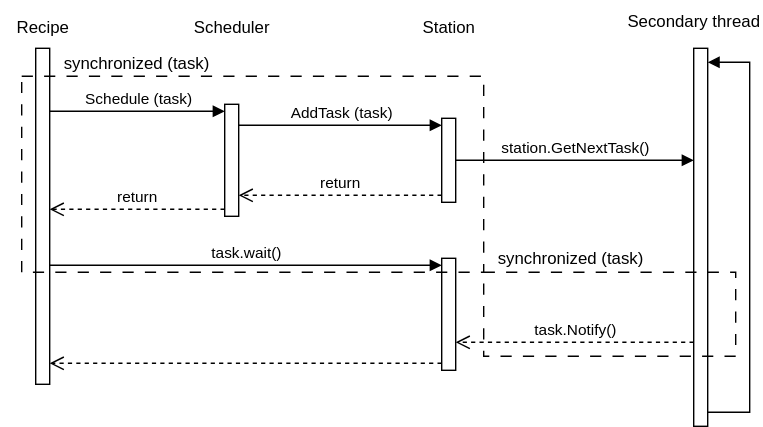
This is assets/locking-diagram.svg from Richie314/McDonaldScheduler, a draw.io export, as it was before one commit. Source tidied: cells renumbered, new cells last; positions are measured from the earlier drawing's top-left corner, leaving out a move shared by most shapes.
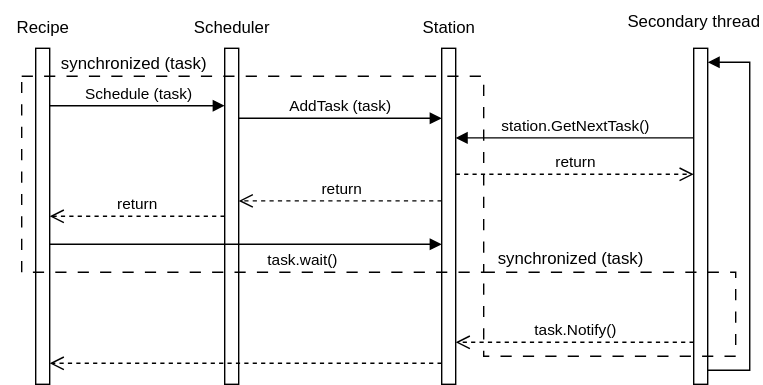
The same file after the commit.

The edit, as a diff of the source:
```diff
@@ -6,22 +6,34 @@
       <mxGeometry x="25" y="34" width="10" height="240" as="geometry" />
     </mxCell>
     <mxCell id="3" style="html=1;points=[[0,0,0,0,5],[0,1,0,0,-5],[1,0,0,0,5],[1,1,0,0,-5]];perimeter=orthogonalPerimeter;outlineConnect=0;targetShapes=umlLifeline;portConstraint=eastwest;newEdgeStyle={&quot;curved&quot;:0,&quot;rounded&quot;:0};" parent="1" vertex="1">
-      <mxGeometry x="160" y="74" width="10" height="80" as="geometry" />
+      <mxGeometry x="160" y="34" width="10" height="240" as="geometry" />
     </mxCell>
-    <mxCell id="4" value="Schedule (task)" style="html=1;verticalAlign=bottom;endArrow=block;curved=0;rounded=0;entryX=0;entryY=0;entryDx=0;entryDy=5;" parent="1" edge="1" source="2" target="3">
-      <mxGeometry relative="1" as="geometry" />
+    <mxCell id="4" value="Schedule (task)" style="html=1;verticalAlign=bottom;endArrow=block;curved=0;rounded=0;entryX=0;entryY=0;entryDx=0;entryDy=5;" parent="1" edge="1">
+      <mxGeometry relative="1" as="geometry">
+        <mxPoint x="35" y="75" as="sourcePoint" />
+        <mxPoint x="160" y="75" as="targetPoint" />
+      </mxGeometry>
     </mxCell>
-    <mxCell id="5" value="return" style="html=1;verticalAlign=bottom;endArrow=open;dashed=1;endSize=8;curved=0;rounded=0;exitX=0;exitY=1;exitDx=0;exitDy=-5;" parent="1" edge="1" source="3" target="2">
-      <mxGeometry relative="1" as="geometry" />
+    <mxCell id="5" value="return" style="html=1;verticalAlign=bottom;endArrow=open;dashed=1;endSize=8;curved=0;rounded=0;" parent="1" edge="1">
+      <mxGeometry relative="1" as="geometry">
+        <mxPoint x="160" y="154" as="sourcePoint" />
+        <mxPoint x="35" y="154" as="targetPoint" />
+      </mxGeometry>
     </mxCell>
     <mxCell id="6" style="html=1;points=[[0,0,0,0,5],[0,1,0,0,-5],[1,0,0,0,5],[1,1,0,0,-5]];perimeter=orthogonalPerimeter;outlineConnect=0;targetShapes=umlLifeline;portConstraint=eastwest;newEdgeStyle={&quot;curved&quot;:0,&quot;rounded&quot;:0};" parent="1" vertex="1">
-      <mxGeometry x="315" y="84" width="10" height="60" as="geometry" />
+      <mxGeometry x="315" y="34" width="10" height="240" as="geometry" />
     </mxCell>
-    <mxCell id="7" value="AddTask (task)" style="html=1;verticalAlign=bottom;endArrow=block;curved=0;rounded=0;entryX=0;entryY=0;entryDx=0;entryDy=5;" parent="1" edge="1" source="3" target="6">
-      <mxGeometry relative="1" as="geometry" />
+    <mxCell id="7" value="AddTask (task)" style="html=1;verticalAlign=bottom;endArrow=block;curved=0;rounded=0;" parent="1" edge="1">
+      <mxGeometry relative="1" as="geometry">
+        <mxPoint x="170" y="84" as="sourcePoint" />
+        <mxPoint x="315" y="84" as="targetPoint" />
+      </mxGeometry>
     </mxCell>
-    <mxCell id="8" value="return" style="html=1;verticalAlign=bottom;endArrow=open;dashed=1;endSize=8;curved=0;rounded=0;exitX=0;exitY=1;exitDx=0;exitDy=-5;" parent="1" edge="1" source="6" target="3">
-      <mxGeometry relative="1" as="geometry" />
+    <mxCell id="8" value="return" style="html=1;verticalAlign=bottom;endArrow=open;dashed=1;endSize=8;curved=0;rounded=0;" parent="1" edge="1">
+      <mxGeometry relative="1" as="geometry">
+        <mxPoint x="315" y="143" as="sourcePoint" />
+        <mxPoint x="170" y="143" as="targetPoint" />
+      </mxGeometry>
     </mxCell>
     <mxCell id="9" value="Recipe" style="text;html=1;align=center;verticalAlign=middle;whiteSpace=wrap;rounded=0;" parent="1" vertex="1">
       <mxGeometry y="4" width="60" height="30" as="geometry" />
@@ -32,17 +44,22 @@
     <mxCell id="11" value="Station" style="text;html=1;align=center;verticalAlign=middle;whiteSpace=wrap;rounded=0;" parent="1" vertex="1">
       <mxGeometry x="290" y="4" width="60" height="30" as="geometry" />
     </mxCell>
-    <mxCell id="12" style="html=1;points=[[0,0,0,0,5],[0,1,0,0,-5],[1,0,0,0,5],[1,1,0,0,-5]];perimeter=orthogonalPerimeter;outlineConnect=0;targetShapes=umlLifeline;portConstraint=eastwest;newEdgeStyle={&quot;curved&quot;:0,&quot;rounded&quot;:0};" parent="1" vertex="1">
-      <mxGeometry x="315" y="184" width="10" height="80" as="geometry" />
-    </mxCell>
-    <mxCell id="13" value="task.wait()" style="html=1;verticalAlign=bottom;endArrow=block;curved=0;rounded=0;entryX=0;entryY=0;entryDx=0;entryDy=5;" parent="1" edge="1" source="2" target="12">
-      <mxGeometry relative="1" as="geometry" />
+    <mxCell id="13" value="task.wait()" style="html=1;verticalAlign=bottom;endArrow=block;curved=0;rounded=0;entryX=0;entryY=0;entryDx=0;entryDy=5;" parent="1" edge="1">
+      <mxGeometry x="0.29" y="-20" relative="1" as="geometry">
+        <mxPoint x="35" y="174" as="sourcePoint" />
+        <mxPoint x="315" y="174" as="targetPoint" />
+      </mxGeometry>
     </mxCell>
-    <mxCell id="14" style="html=1;verticalAlign=bottom;endArrow=open;dashed=1;endSize=8;curved=0;rounded=0;exitX=0;exitY=1;exitDx=0;exitDy=-5;" parent="1" edge="1" source="12" target="2">
-      <mxGeometry relative="1" as="geometry" />
+    <mxCell id="14" style="html=1;verticalAlign=bottom;endArrow=open;dashed=1;endSize=8;curved=0;rounded=0;exitX=0;exitY=1;exitDx=0;exitDy=-5;" parent="1" edge="1" target="2">
+      <mxGeometry relative="1" as="geometry">
+        <mxPoint x="315" y="259" as="sourcePoint" />
+      </mxGeometry>
     </mxCell>
-    <mxCell id="15" value="station.GetNextTask()" style="html=1;verticalAlign=bottom;endArrow=block;curved=0;rounded=0;" parent="1" edge="1" source="6" target="20">
-      <mxGeometry relative="1" as="geometry" />
+    <mxCell id="15" value="station.GetNextTask()" style="html=1;verticalAlign=bottom;endArrow=block;curved=0;rounded=0;" parent="1" edge="1">
+      <mxGeometry relative="1" as="geometry">
+        <mxPoint x="495" y="98" as="sourcePoint" />
+        <mxPoint x="325" y="98" as="targetPoint" />
+      </mxGeometry>
     </mxCell>
     <mxCell id="16" value="task.Notify()" style="html=1;verticalAlign=bottom;endArrow=open;dashed=1;endSize=8;curved=0;rounded=0;" parent="1" edge="1">
       <mxGeometry relative="1" as="geometry">
@@ -59,16 +76,16 @@
     <mxCell id="19" style="html=1;align=left;spacingLeft=2;endArrow=block;rounded=0;edgeStyle=orthogonalEdgeStyle;curved=0;rounded=0;" parent="1" edge="1" source="20" target="20">
       <mxGeometry relative="1" as="geometry">
         <Array as="points">
-          <mxPoint x="535" y="294" />
+          <mxPoint x="535" y="264" />
           <mxPoint x="535" y="44" />
         </Array>
       </mxGeometry>
     </mxCell>
     <mxCell id="20" style="html=1;points=[[0,0,0,0,5],[0,1,0,0,-5],[1,0,0,0,5],[1,1,0,0,-5]];perimeter=orthogonalPerimeter;outlineConnect=0;targetShapes=umlLifeline;portConstraint=eastwest;newEdgeStyle={&quot;curved&quot;:0,&quot;rounded&quot;:0};" parent="1" vertex="1">
-      <mxGeometry x="495" y="34" width="10" height="270" as="geometry" />
+      <mxGeometry x="495" y="34" width="10" height="240" as="geometry" />
     </mxCell>
     <mxCell id="21" value="synchronized (task)" style="text;html=1;align=center;verticalAlign=middle;whiteSpace=wrap;rounded=0;" parent="1" vertex="1">
-      <mxGeometry x="42" y="30" width="110" height="30" as="geometry" />
+      <mxGeometry x="40" y="30" width="110" height="30" as="geometry" />
     </mxCell>
     <mxCell id="22" style="rounded=0;whiteSpace=wrap;html=1;fillColor=none;dashed=1;dashPattern=8 8;" parent="1" vertex="1">
       <mxGeometry x="345" y="194" width="180" height="60" as="geometry" />
@@ -76,5 +93,11 @@
     <mxCell id="23" value="synchronized (task)" style="text;html=1;align=center;verticalAlign=middle;whiteSpace=wrap;rounded=0;" parent="1" vertex="1">
       <mxGeometry x="352" y="169" width="110" height="30" as="geometry" />
     </mxCell>
+    <mxCell id="24" value="return" style="html=1;verticalAlign=bottom;endArrow=open;dashed=1;endSize=8;curved=0;rounded=0;" parent="1" edge="1">
+      <mxGeometry relative="1" as="geometry">
+        <mxPoint x="325" y="124" as="sourcePoint" />
+        <mxPoint x="495" y="124" as="targetPoint" />
+      </mxGeometry>
+    </mxCell>
   </root>
 </mxGraphModel>
```
